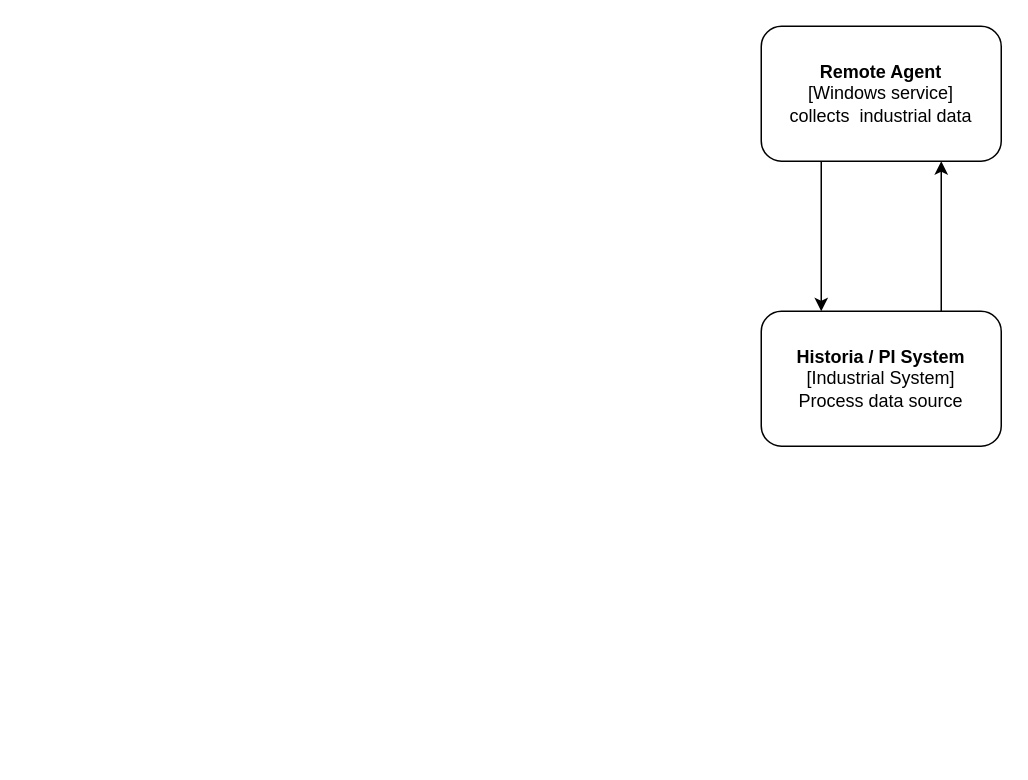
Before: seeqarch.drawio in mugabira/SmartwyreCodingExercise, a draw.io diagram. Source tidied: cells renumbered, new cells numbered last; positions are measured from the earlier drawing's top-left corner, leaving out a move shared by most shapes. Both pictures are drawn from the tidied source at 150%, with x=0, y=0 at pixel (760, 26).
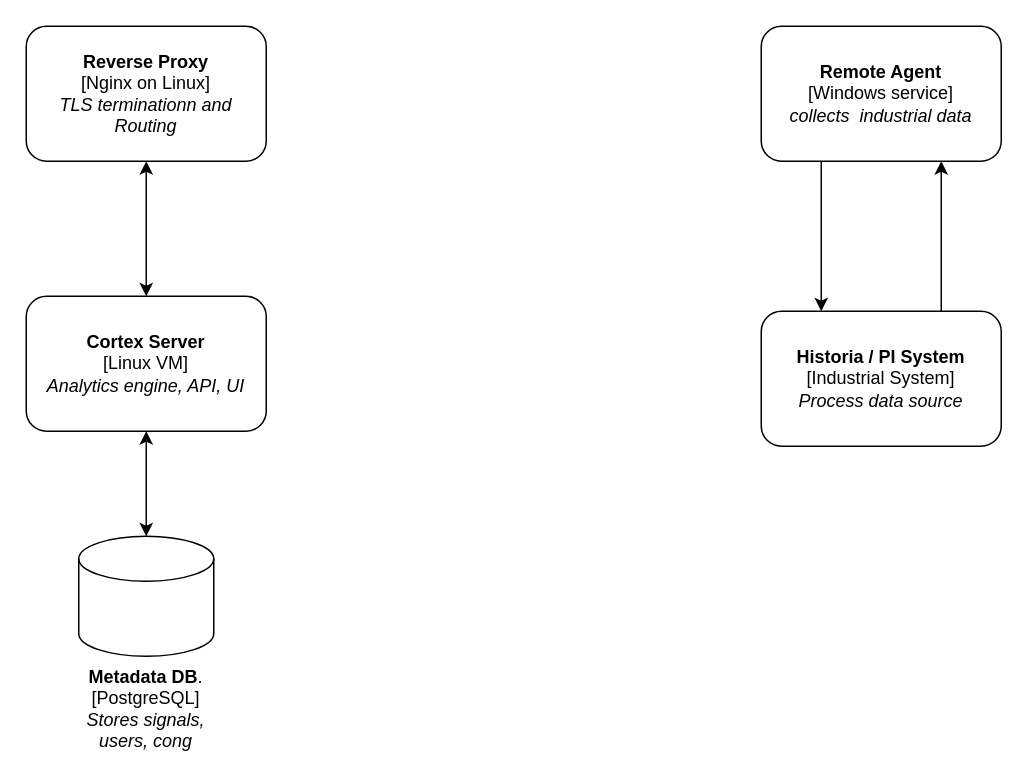
After the change.

Change to the diagram source:
```diff
@@
 <mxGraphModel>
   <root>
     <mxCell id="0" />
     <mxCell id="1" parent="0" />
-    <mxCell id="2" value="&lt;div&gt;&lt;b&gt;Remote Agent&lt;/b&gt;&lt;/div&gt;&lt;div&gt;[Windows service]&lt;/div&gt;&lt;div&gt;collects&amp;nbsp; industrial data&lt;/div&gt;" style="rounded=1;whiteSpace=wrap;html=1;" parent="1" vertex="1">
+    <mxCell id="2" value="&lt;div&gt;&lt;b&gt;Remote Agent&lt;/b&gt;&lt;/div&gt;&lt;div&gt;[Windows service]&lt;/div&gt;&lt;div&gt;&lt;i&gt;collects&amp;nbsp; industrial data&lt;/i&gt;&lt;/div&gt;" style="rounded=1;whiteSpace=wrap;html=1;" parent="1" vertex="1">
       <mxGeometry width="160" height="90" as="geometry" />
     </mxCell>
-    <mxCell id="3" value="&lt;div&gt;&lt;b&gt;Historia / PI System&lt;/b&gt;&lt;/div&gt;&lt;div&gt;[Industrial System]&lt;/div&gt;&lt;div&gt;Process data source&lt;/div&gt;" style="rounded=1;whiteSpace=wrap;html=1;" parent="1" vertex="1">
+    <mxCell id="3" value="&lt;div&gt;&lt;b&gt;Historia / PI System&lt;/b&gt;&lt;/div&gt;&lt;div&gt;[Industrial System]&lt;/div&gt;&lt;div&gt;&lt;i&gt;Process data source&lt;/i&gt;&lt;/div&gt;" style="rounded=1;whiteSpace=wrap;html=1;" parent="1" vertex="1">
       <mxGeometry y="190" width="160" height="90" as="geometry" />
     </mxCell>
     <mxCell id="4" style="endArrow=classic;html=1;rounded=0;entryX=0.75;entryY=1;entryDx=0;entryDy=0;exitX=0.75;exitY=0;exitDx=0;exitDy=0;" parent="1" edge="1" source="3" target="2">
       <mxGeometry relative="1" as="geometry" />
     </mxCell>
     <mxCell id="5" style="endArrow=classic;html=1;rounded=0;entryX=0.25;entryY=0;entryDx=0;entryDy=0;exitX=0.25;exitY=1;exitDx=0;exitDy=0;" parent="1" edge="1" source="2" target="3">
       <mxGeometry relative="1" as="geometry" />
     </mxCell>
+    <mxCell id="6" value="&lt;div&gt;&lt;b&gt;Reverse Proxy&lt;/b&gt;&lt;/div&gt;&lt;div&gt;[Nginx on Linux]&lt;/div&gt;&lt;div&gt;&lt;i&gt;TLS terminationn and Routing&lt;/i&gt;&lt;/div&gt;" style="rounded=1;whiteSpace=wrap;html=1;" parent="1" vertex="1">
+      <mxGeometry x="-490" width="160" height="90" as="geometry" />
+    </mxCell>
+    <mxCell id="7" value="&lt;div&gt;&lt;b&gt;Cortex Server&lt;/b&gt;&lt;/div&gt;&lt;div&gt;[Linux VM]&lt;/div&gt;&lt;div&gt;&lt;i&gt;Analytics engine, API, UI&lt;/i&gt;&lt;/div&gt;" style="rounded=1;whiteSpace=wrap;html=1;" parent="1" vertex="1">
+      <mxGeometry x="-490" y="180" width="160" height="90" as="geometry" />
+    </mxCell>
+    <mxCell id="8" value="&lt;div&gt;&lt;b&gt;Metadata DB&lt;/b&gt;.&lt;/div&gt;&lt;div&gt;[PostgreSQL]&lt;/div&gt;&lt;div&gt;&lt;i&gt;Stores signals, users, cong&lt;/i&gt;&lt;/div&gt;" style="shape=cylinder3;whiteSpace=wrap;html=1;boundedLbl=1;backgroundOutline=1;size=15;labelPosition=center;verticalLabelPosition=bottom;align=center;verticalAlign=top;" parent="1" vertex="1">
+      <mxGeometry x="-455" y="340" width="90" height="80" as="geometry" />
+    </mxCell>
+    <mxCell id="9" style="endArrow=classic;startArrow=classic;html=1;rounded=0;exitX=0.5;exitY=0;exitDx=0;exitDy=0;exitPerimeter=0;entryX=0.5;entryY=1;entryDx=0;entryDy=0;" parent="1" edge="1" source="8" target="7">
+      <mxGeometry relative="1" as="geometry" />
+    </mxCell>
+    <mxCell id="10" style="endArrow=classic;startArrow=classic;html=1;rounded=0;exitX=0.5;exitY=0;exitDx=0;exitDy=0;entryX=0.5;entryY=1;entryDx=0;entryDy=0;" parent="1" edge="1" source="7" target="6">
+      <mxGeometry relative="1" as="geometry" />
+    </mxCell>
   </root>
 </mxGraphModel>
```
